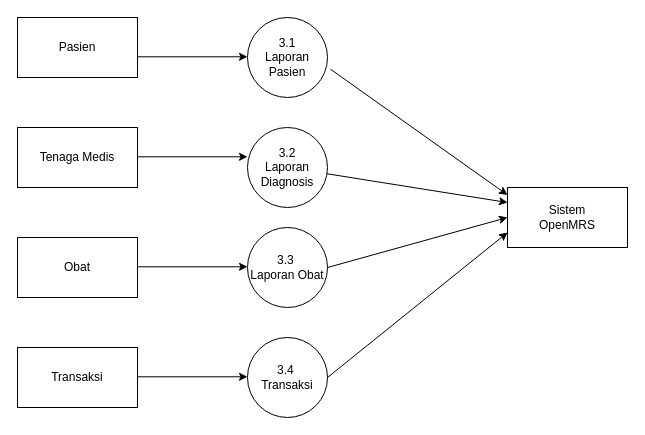
Earlier version of the draw.io diagram page "Page-5" (5 of 6) of Untitled Diagram.drawio (EkaAyuu/Portofolio-Eka). Source tidied: cells renumbered, new cells numbered last; positions are measured from the earlier drawing's top-left corner, leaving out a move shared by most shapes. Both pictures are drawn from the tidied source at 100%, with x=0, y=0 at pixel (17, 17).
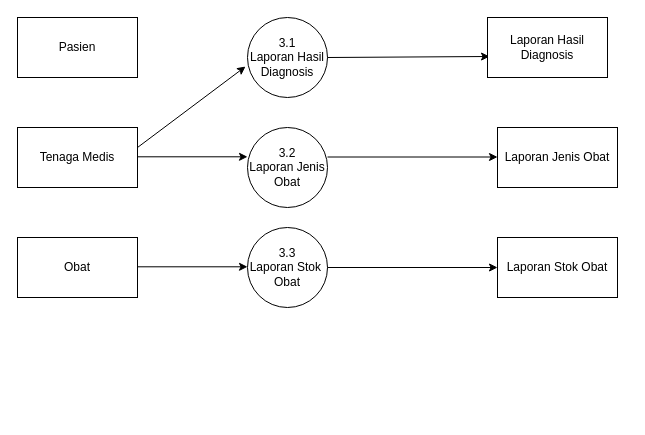
Above is the later version.

The edit, as a diff of the source:
```diff
@@
-    <mxCell id="3" value="Transaksi" style="rounded=0;whiteSpace=wrap;html=1;" parent="1" vertex="1">
-      <mxGeometry y="330" width="120" height="60" as="geometry" />
-    </mxCell>
@@
-    <mxCell id="6" value="3.3&amp;nbsp;&lt;div&gt;Laporan Obat&lt;/div&gt;" style="ellipse;whiteSpace=wrap;html=1;" parent="1" vertex="1">
+    <mxCell id="6" value="3.3&lt;div&gt;Laporan Stok&amp;nbsp;&lt;/div&gt;&lt;div&gt;Obat&lt;/div&gt;" style="ellipse;whiteSpace=wrap;html=1;" parent="1" vertex="1">
       <mxGeometry x="230" y="210" width="80" height="80" as="geometry" />
     </mxCell>
-    <mxCell id="7" value="3.2&lt;div&gt;Laporan Diagnosis&lt;/div&gt;" style="ellipse;whiteSpace=wrap;html=1;" parent="1" vertex="1">
+    <mxCell id="7" value="3.2&lt;div&gt;Laporan Jenis Obat&lt;/div&gt;" style="ellipse;whiteSpace=wrap;html=1;" parent="1" vertex="1">
       <mxGeometry x="230" y="110" width="80" height="80" as="geometry" />
     </mxCell>
-    <mxCell id="8" value="3.4&amp;nbsp;&lt;div&gt;Transaksi&lt;/div&gt;" style="ellipse;whiteSpace=wrap;html=1;" parent="1" vertex="1">
-      <mxGeometry x="230" y="320" width="80" height="80" as="geometry" />
-    </mxCell>
-    <mxCell id="9" value="3.1&lt;div&gt;Laporan Pasien&lt;/div&gt;" style="ellipse;whiteSpace=wrap;html=1;" parent="1" vertex="1">
+    <mxCell id="9" value="3.1&lt;div&gt;Laporan Hasil&lt;/div&gt;&lt;div&gt;Diagnosis&lt;/div&gt;" style="ellipse;whiteSpace=wrap;html=1;" parent="1" vertex="1">
       <mxGeometry x="230" width="80" height="80" as="geometry" />
     </mxCell>
-    <mxCell id="10" value="Sistem&lt;div&gt;OpenMRS&lt;/div&gt;" style="rounded=0;whiteSpace=wrap;html=1;" parent="1" vertex="1">
-      <mxGeometry x="490" y="170" width="120" height="60" as="geometry" />
-    </mxCell>
-    <mxCell id="11" style="endArrow=classic;html=1;rounded=0;" parent="1" edge="1">
+    <mxCell id="11" style="endArrow=classic;html=1;rounded=0;entryX=-0.025;entryY=0.613;entryDx=0;entryDy=0;entryPerimeter=0;" parent="1" edge="1" target="9">
       <mxGeometry relative="1" as="geometry">
-        <mxPoint x="120" y="39.3" as="sourcePoint" />
-        <mxPoint x="230" y="39.3" as="targetPoint" />
+        <mxPoint x="120" y="130" as="sourcePoint" />
       </mxGeometry>
     </mxCell>
-    <mxCell id="12" style="endArrow=classic;html=1;rounded=0;" parent="1" edge="1">
-      <mxGeometry relative="1" as="geometry">
-        <mxPoint x="120" y="359.3" as="sourcePoint" />
-        <mxPoint x="230" y="359.3" as="targetPoint" />
-      </mxGeometry>
-    </mxCell>
@@
-    <mxCell id="15" style="endArrow=classic;html=1;rounded=0;entryX=0;entryY=0.75;entryDx=0;entryDy=0;" parent="1" edge="1" target="10">
-      <mxGeometry relative="1" as="geometry">
-        <mxPoint x="310" y="360" as="sourcePoint" />
-      </mxGeometry>
-    </mxCell>
-    <mxCell id="16" style="endArrow=classic;html=1;rounded=0;entryX=0;entryY=0.75;entryDx=0;entryDy=0;exitX=1.036;exitY=0.645;exitDx=0;exitDy=0;exitPerimeter=0;" parent="1" edge="1" source="9">
+    <mxCell id="16" style="endArrow=classic;html=1;rounded=0;entryX=0.017;entryY=0.65;entryDx=0;entryDy=0;entryPerimeter=0;" parent="1" edge="1" target="21">
       <mxGeometry relative="1" as="geometry">
-        <mxPoint x="490" y="177.5" as="targetPoint" />
+        <mxPoint x="310" y="40" as="sourcePoint" />
       </mxGeometry>
     </mxCell>
-    <mxCell id="17" style="endArrow=classic;html=1;rounded=0;entryX=0;entryY=0.5;entryDx=0;entryDy=0;exitX=1;exitY=0.5;exitDx=0;exitDy=0;" parent="1" edge="1" source="6" target="10">
+    <mxCell id="17" style="endArrow=classic;html=1;rounded=0;entryX=0;entryY=0.5;entryDx=0;entryDy=0;exitX=1;exitY=0.5;exitDx=0;exitDy=0;" parent="1" edge="1" source="6" target="19">
       <mxGeometry relative="1" as="geometry" />
     </mxCell>
-    <mxCell id="18" style="endArrow=classic;html=1;rounded=0;entryX=0;entryY=0.75;entryDx=0;entryDy=0;" parent="1" edge="1" source="7">
+    <mxCell id="18" style="endArrow=classic;html=1;rounded=0;entryX=0;entryY=0.5;entryDx=0;entryDy=0;" parent="1" edge="1">
       <mxGeometry relative="1" as="geometry">
-        <mxPoint x="490" y="185" as="targetPoint" />
+        <mxPoint x="310" y="139.5" as="sourcePoint" />
+        <mxPoint x="480" y="139.5" as="targetPoint" />
       </mxGeometry>
     </mxCell>
+    <mxCell id="19" value="Laporan Stok Obat" style="rounded=0;whiteSpace=wrap;html=1;" parent="1" vertex="1">
+      <mxGeometry x="480" y="220" width="120" height="60" as="geometry" />
+    </mxCell>
+    <mxCell id="20" value="Laporan Jenis Obat" style="rounded=0;whiteSpace=wrap;html=1;" parent="1" vertex="1">
+      <mxGeometry x="480" y="110" width="120" height="60" as="geometry" />
+    </mxCell>
+    <mxCell id="21" value="Laporan Hasil Diagnosis" style="rounded=0;whiteSpace=wrap;html=1;" parent="1" vertex="1">
+      <mxGeometry x="470" width="120" height="60" as="geometry" />
+    </mxCell>
```
